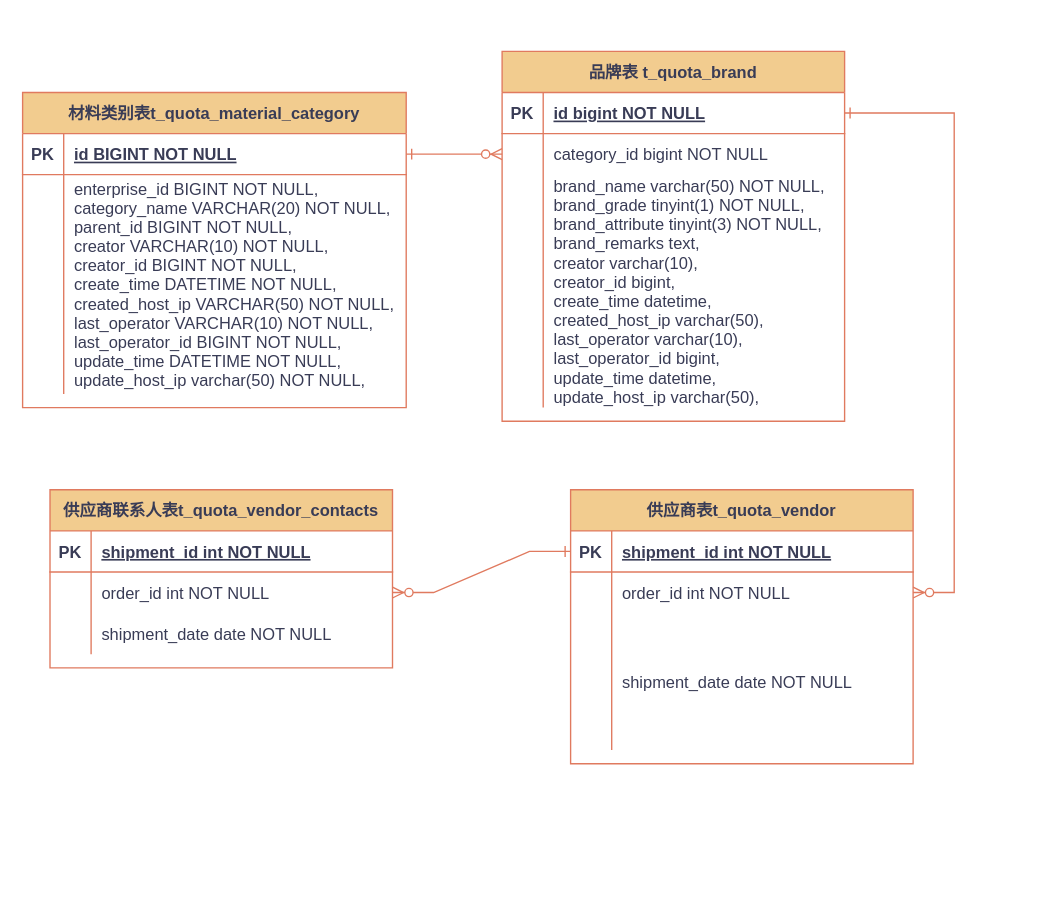
Before: draw.io/数据库ER图.drawio in KeatonLi/pictures, a draw.io diagram. Source tidied: cells renumbered, new cells numbered last; positions are measured from the earlier drawing's top-left corner, leaving out a move shared by most shapes. Both pictures are drawn from the tidied source at 137%, with x=0, y=0 at pixel (22, 51).
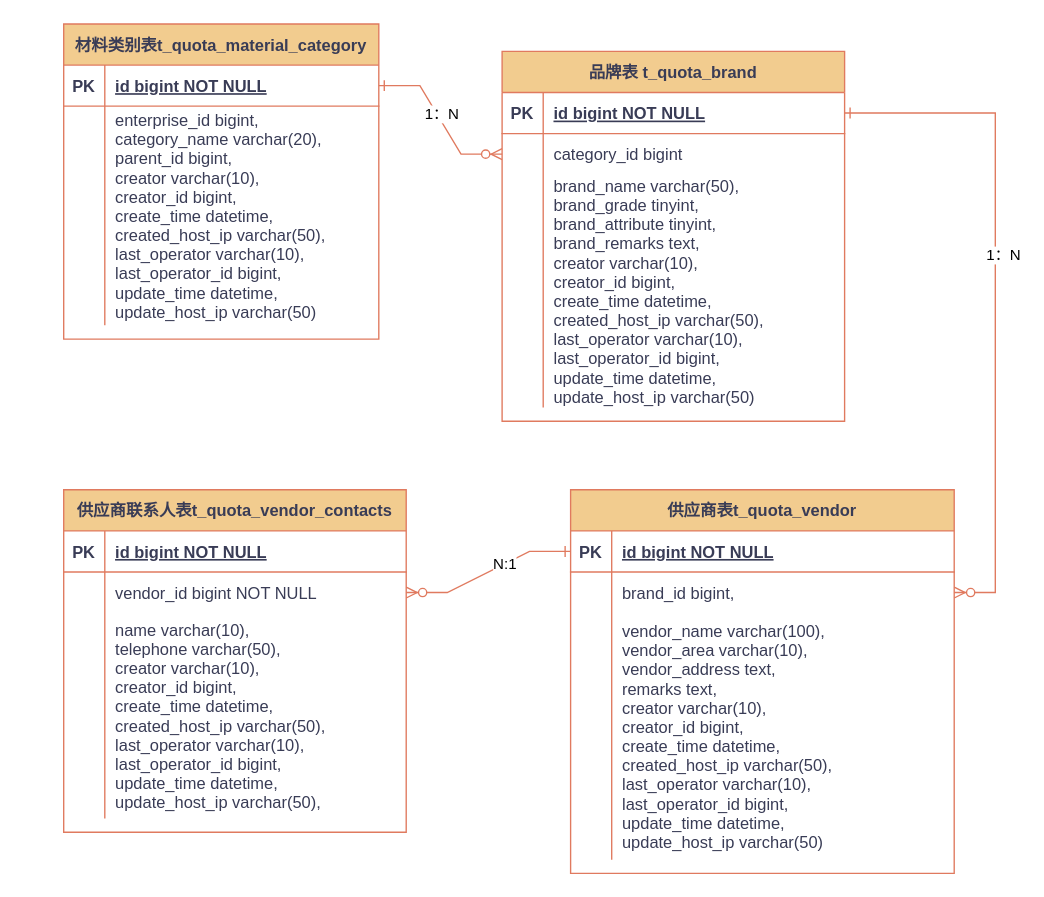
The same diagram, later.

Commit message (it also covers changes not shown here):
更新数据库ER图.drawio

Unchanged cells that the change refers to:
```xml
<mxCell id="3" style="edgeStyle=entityRelationEdgeStyle;endArrow=ERzeroToMany;startArrow=ERone;endFill=1;startFill=0;labelBackgroundColor=none;fontColor=default;rounded=0;strokeColor=#E07A5F;" parent="1" edge="1" source="5" target="18">
  <mxGeometry relative="1" as="geometry" />
</mxCell>
<mxCell id="8" style="shape=partialRectangle;fillColor=none;points=[[0,0.5],[1,0.5]];portConstraint=eastwest;top=0;left=0;right=0;bottom=0;labelBackgroundColor=none;rounded=0;strokeColor=#E07A5F;fontColor=#393C56;" parent="4" vertex="1">
  <mxGeometry y="60" width="250" height="30" as="geometry" />
</mxCell>
<mxCell id="11" style="shape=partialRectangle;fillColor=none;top=0;left=0;right=0;bottom=0;labelBackgroundColor=none;rounded=0;strokeColor=#E07A5F;fontColor=#393C56;" parent="4" vertex="1">
  <mxGeometry y="90" width="250" height="170" as="geometry" />
</mxCell>
<mxCell id="32" style="shape=partialRectangle;fillColor=none;top=0;left=0;right=0;bottom=1;labelBackgroundColor=none;rounded=0;strokeColor=#E07A5F;fontColor=#393C56;" parent="31" vertex="1">
  <mxGeometry y="30" width="250" height="30" as="geometry" />
</mxCell>
<mxCell id="35" style="shape=partialRectangle;fillColor=none;points=[[0,0.5],[1,0.5]];portConstraint=eastwest;top=0;left=0;right=0;bottom=0;labelBackgroundColor=none;rounded=0;strokeColor=#E07A5F;fontColor=#393C56;" parent="31" vertex="1">
  <mxGeometry y="60" width="250" height="30" as="geometry" />
</mxCell>
<mxCell id="41" style="edgeStyle=entityRelationEdgeStyle;endArrow=ERzeroToMany;startArrow=ERone;endFill=1;startFill=0;exitX=0;exitY=0.5;exitDx=0;exitDy=0;entryX=1;entryY=0.5;entryDx=0;entryDy=0;labelBackgroundColor=none;fontColor=default;rounded=0;strokeColor=#E07A5F;" parent="1" edge="1" source="15" target="35">
  <mxGeometry relative="1" as="geometry" />
</mxCell>
```

The edit, as a diff of the source:
```diff
@@
-    <mxCell id="2" style="edgeStyle=entityRelationEdgeStyle;endArrow=ERzeroToMany;startArrow=ERone;endFill=1;startFill=0;labelBackgroundColor=none;fontColor=default;rounded=0;strokeColor=#E07A5F;" parent="1" edge="1" source="25" target="8">
+    <mxCell id="2" style="edgeStyle=entityRelationEdgeStyle;endArrow=ERzeroToMany;startArrow=ERone;endFill=1;startFill=0;labelBackgroundColor=default;fontColor=default;rounded=0;strokeColor=#E07A5F;labelBorderColor=default;html=1;" parent="1" edge="1" source="25" target="8">
       <mxGeometry relative="1" as="geometry" />
     </mxCell>
+    <mxCell id="42" value="1：N" style="edgeLabel;html=1;align=center;verticalAlign=middle;" parent="2" vertex="1">
+      <mxGeometry x="-0.05" y="3" relative="1" as="geometry" />
+    </mxCell>
@@
+    <mxCell id="43" value="1：N" style="edgeLabel;html=1;align=center;verticalAlign=middle;" parent="3" vertex="1">
+      <mxGeometry x="-0.13" y="5" relative="1" as="geometry" />
+    </mxCell>
@@
-    <mxCell id="10" value="category_id bigint NOT NULL" style="shape=partialRectangle;overflow=hidden;fillColor=none;top=0;left=0;bottom=0;right=0;align=left;spacingLeft=6;labelBackgroundColor=none;rounded=0;strokeColor=#E07A5F;fontColor=#393C56;" parent="8" vertex="1">
+    <mxCell id="10" value="category_id bigint" style="shape=partialRectangle;overflow=hidden;fillColor=none;top=0;left=0;bottom=0;right=0;align=left;spacingLeft=6;labelBackgroundColor=none;rounded=0;strokeColor=#E07A5F;fontColor=#393C56;" parent="8" vertex="1">
       <mxGeometry x="30" width="220" height="30" as="geometry" />
     </mxCell>
@@
-    <mxCell id="13" value="brand_name varchar(50) NOT NULL,&#10;  brand_grade tinyint(1) NOT NULL,&#10;  brand_attribute tinyint(3) NOT NULL,&#10;  brand_remarks text,&#10;  creator varchar(10),&#10;  creator_id bigint,&#10;  create_time datetime,&#10;  created_host_ip varchar(50),&#10;  last_operator varchar(10),&#10;  last_operator_id bigint,&#10;  update_time datetime,&#10;  update_host_ip varchar(50)," style="shape=partialRectangle;overflow=hidden;fillColor=none;top=0;left=0;bottom=0;right=0;align=left;spacingLeft=6;labelBackgroundColor=none;rounded=0;strokeColor=#E07A5F;fontColor=#393C56;" parent="11" vertex="1">
+    <mxCell id="13" value="brand_name varchar(50),&#10;brand_grade tinyint,&#10;brand_attribute tinyint,&#10;brand_remarks text,&#10;creator varchar(10),&#10;creator_id bigint,&#10;create_time datetime,&#10;created_host_ip varchar(50),&#10;last_operator varchar(10),&#10;last_operator_id bigint,&#10;update_time datetime,&#10;update_host_ip varchar(50)" style="shape=partialRectangle;overflow=hidden;fillColor=none;top=0;left=0;bottom=0;right=0;align=left;spacingLeft=6;labelBackgroundColor=none;rounded=0;strokeColor=#E07A5F;fontColor=#393C56;" parent="11" vertex="1">
       <mxGeometry x="30" width="220" height="170" as="geometry" />
     </mxCell>
     <mxCell id="14" value="供应商表t_quota_vendor" style="shape=table;startSize=30;childLayout=tableLayout;rowLines=0;fontStyle=1;align=center;labelBackgroundColor=none;rounded=0;fillColor=#F2CC8F;strokeColor=#E07A5F;fontColor=#393C56;" parent="1" vertex="1">
-      <mxGeometry x="400" y="320" width="250" height="200" as="geometry" />
+      <mxGeometry x="400" y="320" width="280" height="280" as="geometry" />
     </mxCell>
     <mxCell id="15" style="shape=partialRectangle;fillColor=none;points=[[0,0.5],[1,0.5]];portConstraint=eastwest;top=0;left=0;right=0;bottom=1;labelBackgroundColor=none;rounded=0;strokeColor=#E07A5F;fontColor=#393C56;" parent="14" vertex="1">
-      <mxGeometry y="30" width="250" height="30" as="geometry" />
+      <mxGeometry y="30" width="280" height="30" as="geometry" />
     </mxCell>
@@
-    <mxCell id="17" value="shipment_id int NOT NULL " style="shape=partialRectangle;overflow=hidden;fillColor=none;top=0;left=0;bottom=0;right=0;align=left;spacingLeft=6;fontStyle=5;labelBackgroundColor=none;rounded=0;strokeColor=#E07A5F;fontColor=#393C56;" parent="15" vertex="1">
-      <mxGeometry x="30" width="220" height="30" as="geometry" />
+    <mxCell id="17" value="id bigint NOT NULL " style="shape=partialRectangle;overflow=hidden;fillColor=none;top=0;left=0;bottom=0;right=0;align=left;spacingLeft=6;fontStyle=5;labelBackgroundColor=none;rounded=0;strokeColor=#E07A5F;fontColor=#393C56;" parent="15" vertex="1">
+      <mxGeometry x="30" width="250" height="30" as="geometry" />
     </mxCell>
     <mxCell id="18" style="shape=partialRectangle;fillColor=none;points=[[0,0.5],[1,0.5]];portConstraint=eastwest;top=0;left=0;right=0;bottom=0;labelBackgroundColor=none;rounded=0;strokeColor=#E07A5F;fontColor=#393C56;" parent="14" vertex="1">
-      <mxGeometry y="60" width="250" height="30" as="geometry" />
+      <mxGeometry y="60" width="280" height="30" as="geometry" />
     </mxCell>
@@
-    <mxCell id="20" value="order_id int NOT NULL" style="shape=partialRectangle;overflow=hidden;fillColor=none;top=0;left=0;bottom=0;right=0;align=left;spacingLeft=6;labelBackgroundColor=none;rounded=0;strokeColor=#E07A5F;fontColor=#393C56;" parent="18" vertex="1">
-      <mxGeometry x="30" width="220" height="30" as="geometry" />
+    <mxCell id="20" value="    brand_id bigint," style="shape=partialRectangle;overflow=hidden;fillColor=none;top=0;left=0;bottom=0;right=0;align=left;spacingLeft=6;labelBackgroundColor=none;rounded=0;strokeColor=#E07A5F;fontColor=#393C56;" parent="18" vertex="1">
+      <mxGeometry x="30" width="250" height="30" as="geometry" />
     </mxCell>
     <mxCell id="21" style="shape=partialRectangle;fillColor=none;top=0;left=0;right=0;bottom=0;labelBackgroundColor=none;rounded=0;strokeColor=#E07A5F;fontColor=#393C56;" parent="14" vertex="1">
-      <mxGeometry y="90" width="250" height="100" as="geometry" />
+      <mxGeometry y="90" width="280" height="180" as="geometry" />
     </mxCell>
     <mxCell id="22" style="shape=partialRectangle;overflow=hidden;fillColor=none;top=0;left=0;bottom=0;right=0;labelBackgroundColor=none;rounded=0;strokeColor=#E07A5F;fontColor=#393C56;" parent="21" vertex="1">
-      <mxGeometry width="30" height="100" as="geometry" />
+      <mxGeometry width="30" height="180" as="geometry" />
     </mxCell>
-    <mxCell id="23" value="shipment_date date NOT NULL" style="shape=partialRectangle;overflow=hidden;fillColor=none;top=0;left=0;bottom=0;right=0;align=left;spacingLeft=6;labelBackgroundColor=none;rounded=0;strokeColor=#E07A5F;fontColor=#393C56;" parent="21" vertex="1">
-      <mxGeometry x="30" width="220" height="100" as="geometry" />
+    <mxCell id="23" value="    vendor_name varchar(100),&#10;    vendor_area varchar(10),&#10;    vendor_address text,&#10;    remarks text,&#10;    creator varchar(10),&#10;    creator_id bigint,&#10;    create_time datetime,&#10;    created_host_ip varchar(50),&#10;    last_operator varchar(10),&#10;    last_operator_id bigint,&#10;    update_time datetime,&#10;    update_host_ip varchar(50)" style="shape=partialRectangle;overflow=hidden;fillColor=none;top=0;left=0;bottom=0;right=0;align=left;spacingLeft=6;labelBackgroundColor=none;rounded=0;strokeColor=#E07A5F;fontColor=#393C56;" parent="21" vertex="1">
+      <mxGeometry x="30" width="250" height="180" as="geometry" />
     </mxCell>
     <mxCell id="24" value="材料类别表t_quota_material_category" style="shape=table;startSize=30;childLayout=tableLayout;rowLines=0;fontStyle=1;align=center;labelBackgroundColor=none;rounded=0;fillColor=#F2CC8F;strokeColor=#E07A5F;fontColor=#393C56;" parent="1" vertex="1">
-      <mxGeometry y="30" width="280" height="230" as="geometry" />
+      <mxGeometry x="30" y="-20" width="230" height="230" as="geometry" />
     </mxCell>
     <mxCell id="25" style="shape=partialRectangle;fillColor=none;points=[[0,0.5],[1,0.5]];portConstraint=eastwest;top=0;left=0;right=0;bottom=1;labelBackgroundColor=none;rounded=0;strokeColor=#E07A5F;fontColor=#393C56;" parent="24" vertex="1">
-      <mxGeometry y="30" width="280" height="30" as="geometry" />
+      <mxGeometry y="30" width="230" height="30" as="geometry" />
     </mxCell>
@@
-    <mxCell id="27" value="id BIGINT NOT NULL " style="shape=partialRectangle;overflow=hidden;fillColor=none;top=0;left=0;bottom=0;right=0;align=left;spacingLeft=6;fontStyle=5;labelBackgroundColor=none;rounded=0;strokeColor=#E07A5F;fontColor=#393C56;" parent="25" vertex="1">
-      <mxGeometry x="30" width="250" height="30" as="geometry" />
+    <mxCell id="27" value="id bigint NOT NULL" style="shape=partialRectangle;overflow=hidden;fillColor=none;top=0;left=0;bottom=0;right=0;align=left;spacingLeft=6;fontStyle=5;labelBackgroundColor=none;rounded=0;strokeColor=#E07A5F;fontColor=#393C56;" parent="25" vertex="1">
+      <mxGeometry x="30" width="200" height="30" as="geometry" />
     </mxCell>
     <mxCell id="28" style="shape=partialRectangle;fillColor=none;top=0;left=0;right=0;bottom=0;labelBackgroundColor=none;rounded=0;strokeColor=#E07A5F;fontColor=#393C56;" parent="24" vertex="1">
-      <mxGeometry y="60" width="280" height="160" as="geometry" />
+      <mxGeometry y="60" width="230" height="160" as="geometry" />
     </mxCell>
@@
-    <mxCell id="30" value="enterprise_id BIGINT NOT NULL,&#10;category_name VARCHAR(20) NOT NULL,&#10;parent_id BIGINT NOT NULL,&#10;creator VARCHAR(10) NOT NULL,&#10;creator_id BIGINT NOT NULL,&#10;create_time DATETIME NOT NULL,&#10;created_host_ip VARCHAR(50) NOT NULL,&#10;last_operator VARCHAR(10) NOT NULL,&#10;last_operator_id BIGINT NOT NULL,&#10;update_time DATETIME NOT NULL,&#10;update_host_ip varchar(50) NOT NULL," style="shape=partialRectangle;overflow=hidden;fillColor=none;top=0;left=0;bottom=0;right=0;align=left;spacingLeft=6;labelBackgroundColor=none;rounded=0;strokeColor=#E07A5F;fontColor=#393C56;" parent="28" vertex="1">
-      <mxGeometry x="30" width="250" height="160" as="geometry" />
+    <mxCell id="30" value="    enterprise_id bigint,&#10;    category_name varchar(20),&#10;    parent_id bigint,&#10;    creator varchar(10),&#10;    creator_id bigint,&#10;    create_time datetime,&#10;    created_host_ip varchar(50),&#10;    last_operator varchar(10),&#10;    last_operator_id bigint,&#10;    update_time datetime,&#10;    update_host_ip varchar(50)" style="shape=partialRectangle;overflow=hidden;fillColor=none;top=0;left=0;bottom=0;right=0;align=left;spacingLeft=6;labelBackgroundColor=none;rounded=0;strokeColor=#E07A5F;fontColor=#393C56;" parent="28" vertex="1">
+      <mxGeometry x="30" width="200" height="160" as="geometry" />
     </mxCell>
     <mxCell id="31" value="供应商联系人表t_quota_vendor_contacts" style="shape=table;startSize=30;childLayout=tableLayout;rowLines=0;fontStyle=1;align=center;labelBackgroundColor=none;rounded=0;fillColor=#F2CC8F;strokeColor=#E07A5F;fontColor=#393C56;" parent="1" vertex="1">
-      <mxGeometry x="20" y="320" width="250" height="130" as="geometry" />
+      <mxGeometry x="30" y="320" width="250" height="250" as="geometry" />
     </mxCell>
@@
-    <mxCell id="34" value="shipment_id int NOT NULL " style="shape=partialRectangle;overflow=hidden;fillColor=none;top=0;left=0;bottom=0;right=0;align=left;spacingLeft=6;fontStyle=5;labelBackgroundColor=none;rounded=0;strokeColor=#E07A5F;fontColor=#393C56;" parent="32" vertex="1">
+    <mxCell id="34" value="id bigint NOT NULL " style="shape=partialRectangle;overflow=hidden;fillColor=none;top=0;left=0;bottom=0;right=0;align=left;spacingLeft=6;fontStyle=5;labelBackgroundColor=none;rounded=0;strokeColor=#E07A5F;fontColor=#393C56;" parent="32" vertex="1">
       <mxGeometry x="30" width="220" height="30" as="geometry" />
     </mxCell>
@@
-    <mxCell id="37" value="order_id int NOT NULL" style="shape=partialRectangle;overflow=hidden;fillColor=none;top=0;left=0;bottom=0;right=0;align=left;spacingLeft=6;labelBackgroundColor=none;rounded=0;strokeColor=#E07A5F;fontColor=#393C56;" parent="35" vertex="1">
+    <mxCell id="37" value="vendor_id bigint NOT NULL" style="shape=partialRectangle;overflow=hidden;fillColor=none;top=0;left=0;bottom=0;right=0;align=left;spacingLeft=6;labelBackgroundColor=none;rounded=0;strokeColor=#E07A5F;fontColor=#393C56;" parent="35" vertex="1">
       <mxGeometry x="30" width="220" height="30" as="geometry" />
     </mxCell>
     <mxCell id="38" style="shape=partialRectangle;fillColor=none;top=0;left=0;right=0;bottom=0;labelBackgroundColor=none;rounded=0;strokeColor=#E07A5F;fontColor=#393C56;" parent="31" vertex="1">
-      <mxGeometry y="90" width="250" height="30" as="geometry" />
+      <mxGeometry y="90" width="250" height="150" as="geometry" />
     </mxCell>
     <mxCell id="39" style="shape=partialRectangle;overflow=hidden;fillColor=none;top=0;left=0;bottom=0;right=0;labelBackgroundColor=none;rounded=0;strokeColor=#E07A5F;fontColor=#393C56;" parent="38" vertex="1">
-      <mxGeometry width="30" height="30" as="geometry" />
+      <mxGeometry width="30" height="150" as="geometry" />
     </mxCell>
-    <mxCell id="40" value="shipment_date date NOT NULL" style="shape=partialRectangle;overflow=hidden;fillColor=none;top=0;left=0;bottom=0;right=0;align=left;spacingLeft=6;labelBackgroundColor=none;rounded=0;strokeColor=#E07A5F;fontColor=#393C56;" parent="38" vertex="1">
-      <mxGeometry x="30" width="220" height="30" as="geometry" />
+    <mxCell id="40" value="    name varchar(10),&#10;    telephone varchar(50),&#10;    creator varchar(10),&#10;    creator_id bigint,&#10;    create_time datetime,&#10;    created_host_ip varchar(50),&#10;    last_operator varchar(10),&#10;    last_operator_id bigint,&#10;    update_time datetime,&#10;    update_host_ip varchar(50)," style="shape=partialRectangle;overflow=hidden;fillColor=none;top=0;left=0;bottom=0;right=0;align=left;spacingLeft=6;labelBackgroundColor=none;rounded=0;strokeColor=#E07A5F;fontColor=#393C56;" parent="38" vertex="1">
+      <mxGeometry x="30" width="220" height="150" as="geometry" />
     </mxCell>
@@
+    <mxCell id="44" value="N:1" style="edgeLabel;html=1;align=center;verticalAlign=middle;" parent="41" vertex="1">
+      <mxGeometry x="-0.22" y="-1" relative="1" as="geometry" />
+    </mxCell>
```
